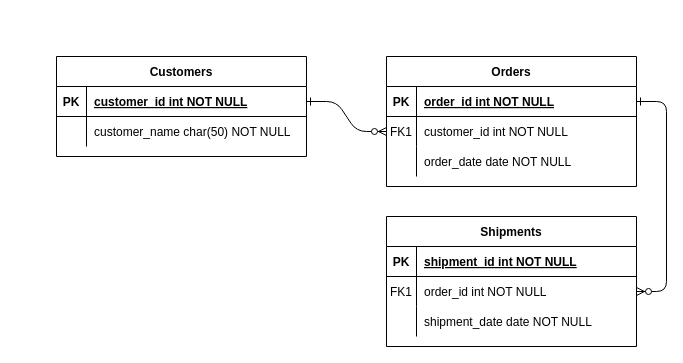
Earlier version of the draw.io diagram 未命名绘图.drawio (MC-Elixir/GRP-learning). Source tidied: cells renumbered, new cells numbered last; positions are measured from the earlier drawing's top-left corner, leaving out a move shared by most shapes. Both pictures are drawn from the tidied source at 100%, with x=0, y=0 at pixel (56, 56).
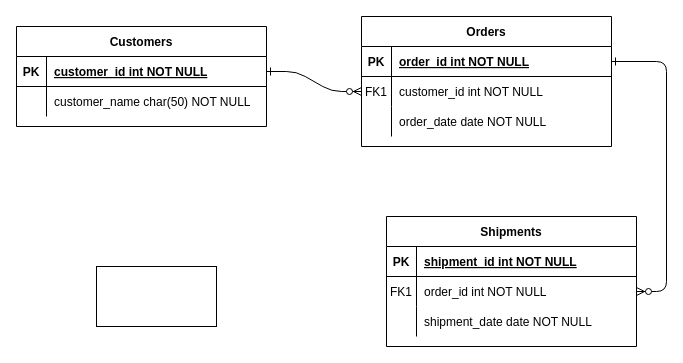
Above is the later version.

Diff of the diagram source:
```diff
@@
     <mxCell id="4" value="Orders" style="shape=table;startSize=30;childLayout=tableLayout;rowLines=0;fontStyle=1;align=center;" parent="1" vertex="1">
-      <mxGeometry x="330" width="250" height="130" as="geometry" />
+      <mxGeometry x="305" y="-40" width="250" height="130" as="geometry" />
     </mxCell>
@@
     <mxCell id="24" value="Customers" style="shape=table;startSize=30;childLayout=tableLayout;rowLines=0;fontStyle=1;align=center;" parent="1" vertex="1">
-      <mxGeometry width="250" height="100" as="geometry" />
+      <mxGeometry x="-40" y="-30" width="250" height="100" as="geometry" />
     </mxCell>
@@
+    <mxCell id="31" style="rounded=0;whiteSpace=wrap;html=1;" parent="1" vertex="1">
+      <mxGeometry x="40" y="210" width="120" height="60" as="geometry" />
+    </mxCell>
```
